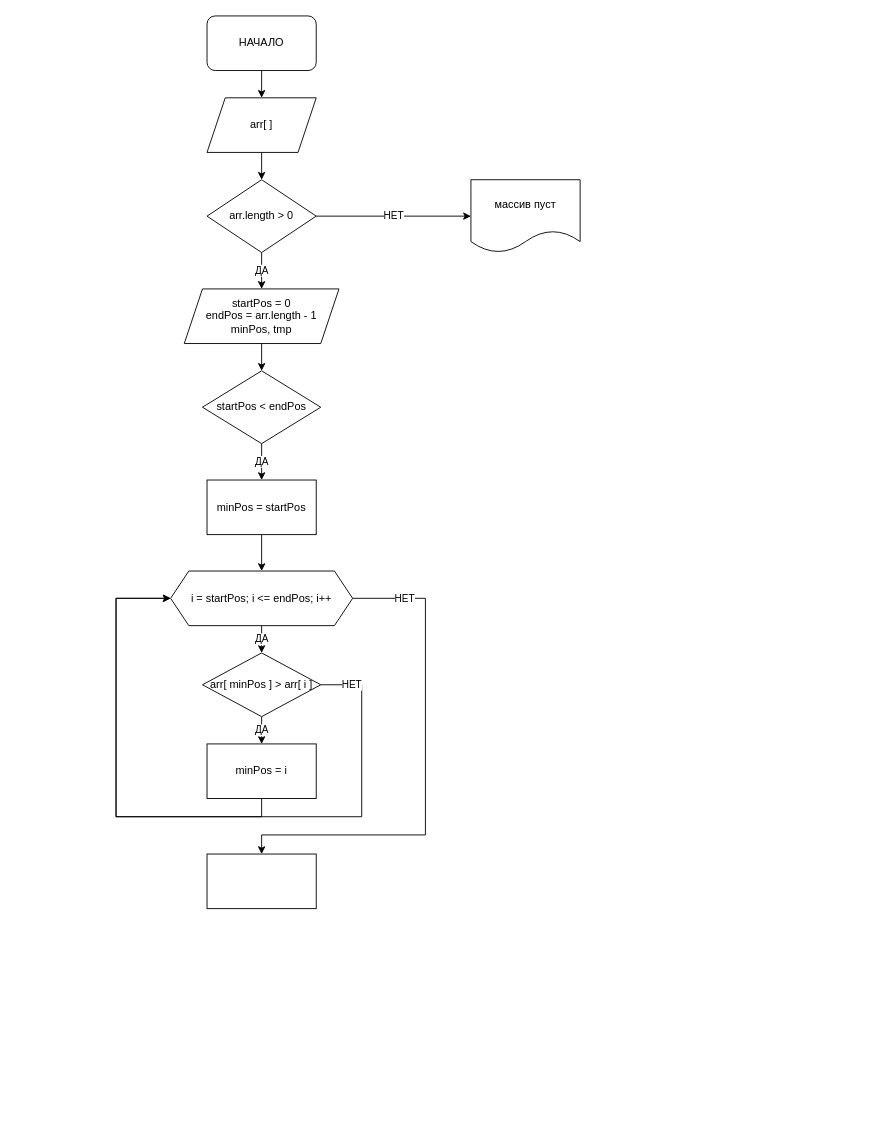
Above: Algorytm/Lesson_02/Task_04/L3.task4.drawio in jokerjam-s/GeekBrainst (draw.io), before the change. Source tidied: cells renumbered, new cells numbered last; positions are measured from the earlier drawing's top-left corner, leaving out a move shared by most shapes. Both pictures are drawn from the tidied source at 91%, with x=0, y=0 at pixel (116, 15).
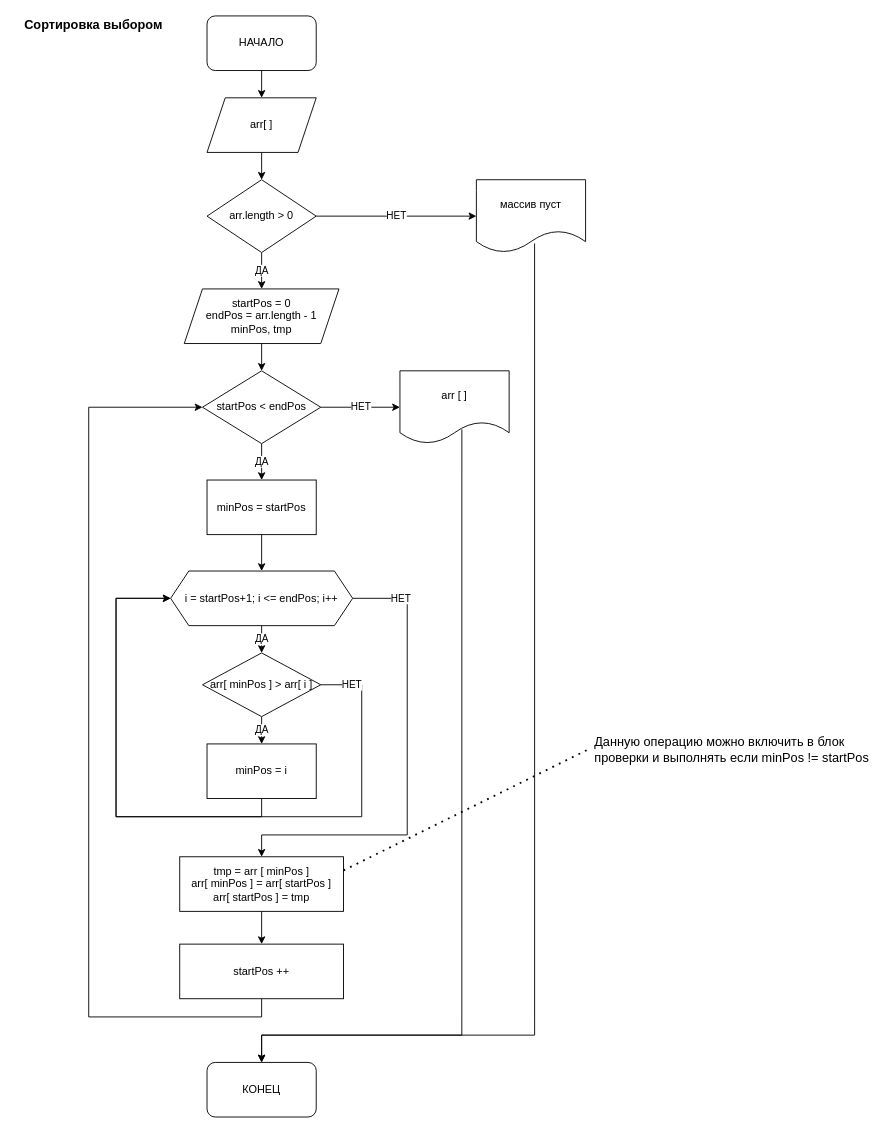
Above is the later version.

The change refers to these unchanged cells:
```xml
<mxCell id="13" value="startPos &amp;lt; endPos" style="rhombus;whiteSpace=wrap;html=1;" parent="1" vertex="1">
  <mxGeometry x="95" y="390" width="130" height="80" as="geometry" />
</mxCell>
```

Change to the diagram source:
```diff
@@
+    <mxCell id="25" style="edgeStyle=orthogonalEdgeStyle;rounded=0;jettySize=auto;html=1;entryX=0.5;entryY=0;entryDx=0;entryDy=0;exitX=0.533;exitY=0.875;exitDx=0;exitDy=0;exitPerimeter=0;" parent="1" edge="1" source="9" target="32">
+      <mxGeometry relative="1" as="geometry">
+        <Array as="points">
+          <mxPoint x="460" y="1120" />
+          <mxPoint x="160" y="1120" />
+        </Array>
+      </mxGeometry>
+    </mxCell>
     <mxCell id="9" value="массив пуст" style="shape=document;whiteSpace=wrap;html=1;boundedLbl=1;" parent="1" vertex="1">
-      <mxGeometry x="390" y="180" width="120" height="80" as="geometry" />
+      <mxGeometry x="396" y="180" width="120" height="80" as="geometry" />
     </mxCell>
@@
+    <mxCell id="26" value="НЕТ" style="edgeStyle=orthogonalEdgeStyle;rounded=0;jettySize=auto;html=1;exitX=1;exitY=0.5;exitDx=0;exitDy=0;entryX=0;entryY=0.5;entryDx=0;entryDy=0;" parent="1" edge="1" source="13" target="31">
+      <mxGeometry relative="1" as="geometry" />
+    </mxCell>
@@
     <mxCell id="17" value="НЕТ" style="edgeStyle=orthogonalEdgeStyle;rounded=0;jettySize=auto;html=1;exitX=1;exitY=0.5;exitDx=0;exitDy=0;entryX=0.5;entryY=0;entryDx=0;entryDy=0;" parent="1" edge="1" source="18" target="24">
       <mxGeometry x="-0.79" relative="1" as="geometry">
         <Array as="points">
-          <mxPoint x="340" y="640" />
-          <mxPoint x="340" y="900" />
+          <mxPoint x="320" y="640" />
+          <mxPoint x="320" y="900" />
           <mxPoint x="160" y="900" />
         </Array>
       </mxGeometry>
     </mxCell>
-    <mxCell id="18" value="i = startPos; i &amp;lt;= endPos; i++" style="shape=hexagon;perimeter=hexagonPerimeter2;whiteSpace=wrap;html=1;fixedSize=1;" parent="1" vertex="1">
+    <mxCell id="18" value="i = startPos+1; i &amp;lt;= endPos; i++" style="shape=hexagon;perimeter=hexagonPerimeter2;whiteSpace=wrap;html=1;fixedSize=1;" parent="1" vertex="1">
       <mxGeometry x="60" y="610" width="200" height="60" as="geometry" />
     </mxCell>
@@
+    <mxCell id="27" style="edgeStyle=orthogonalEdgeStyle;rounded=0;jettySize=auto;html=1;exitX=0.5;exitY=1;exitDx=0;exitDy=0;entryX=0.5;entryY=0;entryDx=0;entryDy=0;" parent="1" edge="1" source="24" target="29">
+      <mxGeometry relative="1" as="geometry" />
+    </mxCell>
-    <mxCell id="24" style="rounded=0;whiteSpace=wrap;html=1;" parent="1" vertex="1">
-      <mxGeometry x="100" y="921" width="120" height="60" as="geometry" />
+    <mxCell id="24" value="tmp = arr [ minPos ]&lt;br&gt;arr[ minPos ] = arr[ startPos ]&lt;br&gt;arr[ startPos ] = tmp" style="rounded=0;whiteSpace=wrap;html=1;" parent="1" vertex="1">
+      <mxGeometry x="70" y="924" width="180" height="60" as="geometry" />
     </mxCell>
+    <mxCell id="28" style="edgeStyle=orthogonalEdgeStyle;rounded=0;jettySize=auto;html=1;exitX=0.5;exitY=1;exitDx=0;exitDy=0;entryX=0;entryY=0.5;entryDx=0;entryDy=0;" parent="1" edge="1" source="29" target="13">
+      <mxGeometry relative="1" as="geometry">
+        <Array as="points">
+          <mxPoint x="160" y="1100" />
+          <mxPoint x="-30" y="1100" />
+          <mxPoint x="-30" y="430" />
+        </Array>
+      </mxGeometry>
+    </mxCell>
+    <mxCell id="29" value="startPos ++" style="rounded=0;whiteSpace=wrap;html=1;" parent="1" vertex="1">
+      <mxGeometry x="70" y="1020" width="180" height="60" as="geometry" />
+    </mxCell>
+    <mxCell id="30" style="edgeStyle=orthogonalEdgeStyle;rounded=0;jettySize=auto;html=1;entryX=0.5;entryY=0;entryDx=0;entryDy=0;exitX=0.567;exitY=0.803;exitDx=0;exitDy=0;exitPerimeter=0;" parent="1" edge="1" source="31" target="32">
+      <mxGeometry relative="1" as="geometry">
+        <Array as="points">
+          <mxPoint x="380" y="454" />
+          <mxPoint x="380" y="1120" />
+          <mxPoint x="160" y="1120" />
+        </Array>
+      </mxGeometry>
+    </mxCell>
+    <mxCell id="31" value="arr [ ]" style="shape=document;whiteSpace=wrap;html=1;boundedLbl=1;" parent="1" vertex="1">
+      <mxGeometry x="312" y="390" width="120" height="80" as="geometry" />
+    </mxCell>
+    <mxCell id="32" value="КОНЕЦ" style="rounded=1;whiteSpace=wrap;html=1;" parent="1" vertex="1">
+      <mxGeometry x="100" y="1150" width="120" height="60" as="geometry" />
+    </mxCell>
+    <mxCell id="33" value="Сортировка выбором" style="text;html=1;align=center;verticalAlign=middle;fillColor=none;strokeColor=none;rounded=0;fontStyle=1;fontSize=14;" parent="1" vertex="1">
+      <mxGeometry x="-110" width="170" height="20" as="geometry" />
+    </mxCell>
+    <mxCell id="34" style="endArrow=none;dashed=1;html=1;dashPattern=1 3;strokeWidth=2;rounded=0;fontSize=14;exitX=1;exitY=0.25;exitDx=0;exitDy=0;entryX=0;entryY=0.5;entryDx=0;entryDy=0;" parent="1" edge="1" source="24" target="35">
+      <mxGeometry relative="1" as="geometry" />
+    </mxCell>
+    <mxCell id="35" value="Данную операцию можно включить в блок&#10;проверки и выполнять если minPos != startPos" style="text;strokeColor=none;fillColor=none;align=left;verticalAlign=middle;spacingLeft=4;spacingRight=4;overflow=hidden;points=[[0,0.5],[1,0.5]];portConstraint=eastwest;fontSize=14;" parent="1" vertex="1">
+      <mxGeometry x="520" y="774" width="320" height="63" as="geometry" />
+    </mxCell>
```
